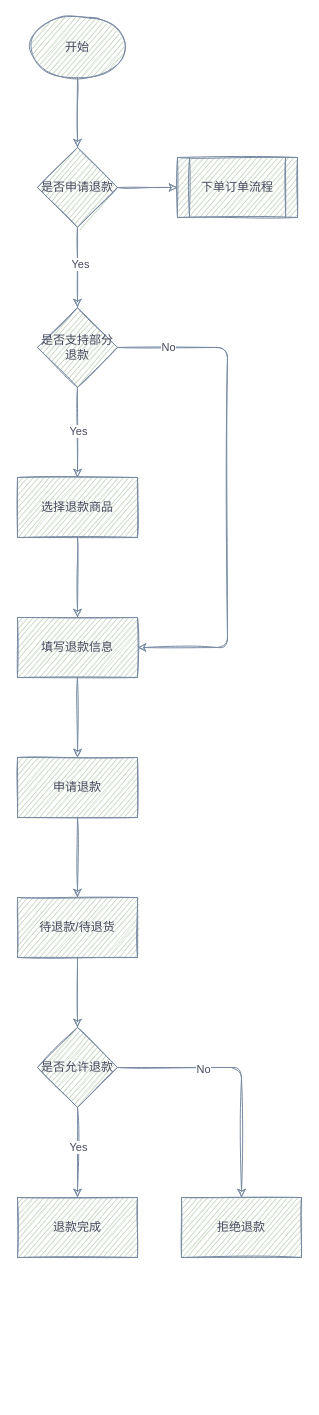
qq865738120/diagrams keeps this draw.io diagram as 微商城订单退款流程.drawio. Above is the earlier version. Source tidied: cells renumbered, new cells numbered last; positions are measured from the earlier drawing's top-left corner, leaving out a move shared by most shapes. Both pictures are drawn from the tidied source at 100%, with x=0, y=0 at pixel (17, 17).
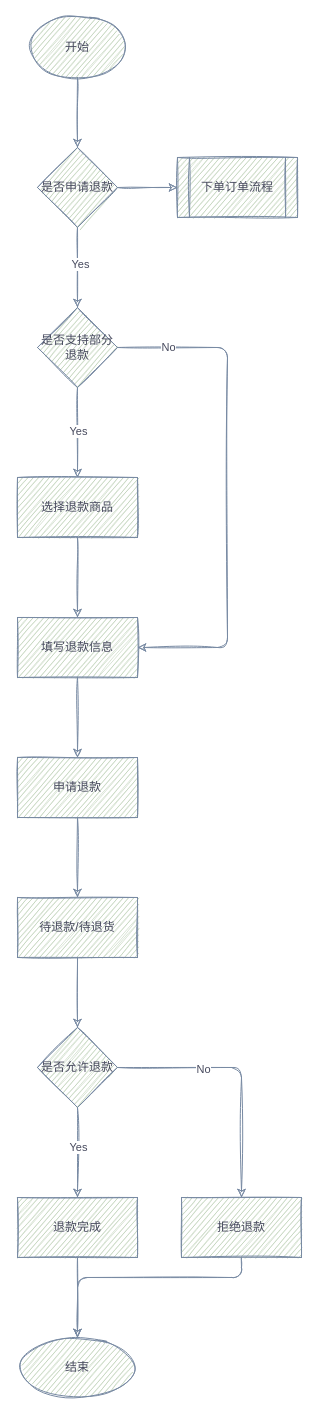
The same diagram, later.

Commit message (it also covers changes not shown here):
Update 微商城订单退款流程.drawio

The change refers to these unchanged cells:
```xml
<mxCell id="25" value="退款完成" style="whiteSpace=wrap;html=1;fontColor=#46495D;strokeColor=#788AA3;strokeWidth=1;fillColor=#B2C9AB;sketch=1;" parent="1" vertex="1">
  <mxGeometry y="1180" width="120" height="60" as="geometry" />
</mxCell>
<mxCell id="26" value="拒绝退款" style="whiteSpace=wrap;html=1;fontColor=#46495D;strokeColor=#788AA3;strokeWidth=1;fillColor=#B2C9AB;sketch=1;" parent="1" vertex="1">
  <mxGeometry x="164" y="1180" width="120" height="60" as="geometry" />
</mxCell>
```

The edit, as a diff of the source:
```diff
@@
+    <mxCell id="29" style="edgeStyle=orthogonalEdgeStyle;rounded=1;sketch=1;jettySize=auto;html=1;fontColor=#46495D;strokeColor=#788AA3;" parent="1" edge="1" source="25" target="31">
+      <mxGeometry relative="1" as="geometry" />
+    </mxCell>
@@
+    <mxCell id="30" style="edgeStyle=orthogonalEdgeStyle;rounded=1;sketch=1;jettySize=auto;html=1;entryX=0.5;entryY=0;entryDx=0;entryDy=0;fontColor=#46495D;strokeColor=#788AA3;" parent="1" edge="1" source="26" target="31">
+      <mxGeometry relative="1" as="geometry">
+        <Array as="points">
+          <mxPoint x="224" y="1260" />
+          <mxPoint x="60" y="1260" />
+        </Array>
+      </mxGeometry>
+    </mxCell>
@@
+    <mxCell id="31" value="结束" style="ellipse;whiteSpace=wrap;html=1;fontColor=#46495D;strokeColor=#788AA3;strokeWidth=1;fillColor=#B2C9AB;sketch=1;" parent="1" vertex="1">
+      <mxGeometry y="1320" width="120" height="60" as="geometry" />
+    </mxCell>
```
